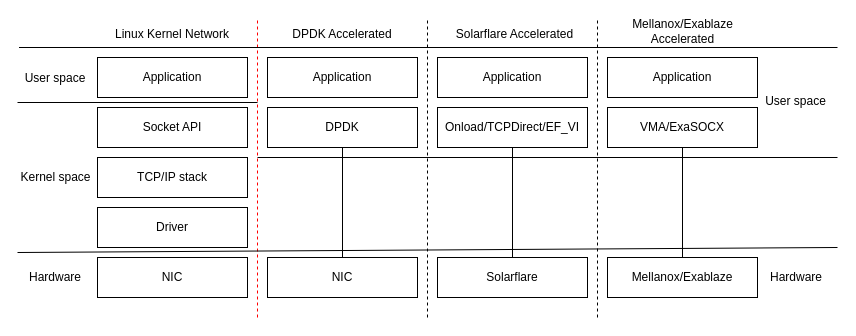
Before: kernel-bypass.drawio in ctimbai/draw.io, a draw.io diagram. Source tidied: cells renumbered, new cells numbered last; positions are measured from the earlier drawing's top-left corner, leaving out a move shared by most shapes. Both pictures are drawn from the tidied source at 100%, with x=0, y=0 at pixel (17, 17).
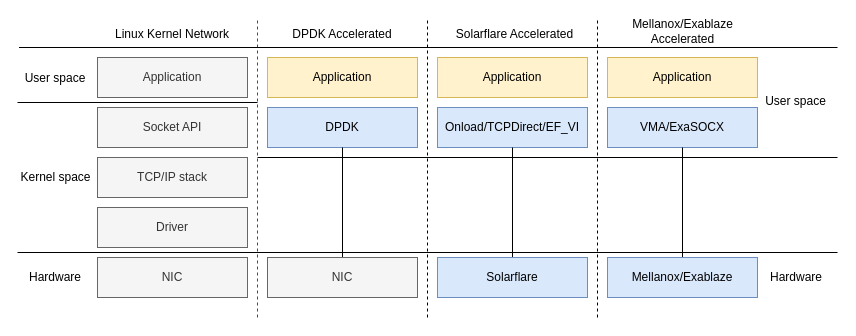
The same diagram, later.

The change refers to these unchanged cells:
```xml
<mxCell id="2" style="group;" parent="1" vertex="1">
  <mxGeometry x="80" y="40" width="150" height="240" as="geometry" />
</mxCell>
<mxCell id="8" style="group;" parent="1" vertex="1">
  <mxGeometry x="250" y="40" width="150" height="240" as="geometry" />
</mxCell>
<mxCell id="14" style="group;" parent="1" vertex="1">
  <mxGeometry x="420" y="40" width="150" height="240" as="geometry" />
</mxCell>
<mxCell id="19" style="group;" parent="1" vertex="1">
  <mxGeometry x="590" y="40" width="150" height="240" as="geometry" />
</mxCell>
```

Change to the diagram source:
```diff
@@
-    <mxCell id="3" value="Application" style="rounded=0;whiteSpace=wrap;html=1;" parent="2" vertex="1">
+    <mxCell id="3" value="Application" style="rounded=0;whiteSpace=wrap;html=1;fillColor=#f5f5f5;strokeColor=#666666;fontColor=#333333;" parent="2" vertex="1">
       <mxGeometry width="150" height="40" as="geometry" />
     </mxCell>
-    <mxCell id="4" value="Socket API" style="rounded=0;whiteSpace=wrap;html=1;" parent="2" vertex="1">
+    <mxCell id="4" value="Socket API" style="rounded=0;whiteSpace=wrap;html=1;fillColor=#f5f5f5;strokeColor=#666666;fontColor=#333333;" parent="2" vertex="1">
       <mxGeometry y="50" width="150" height="40" as="geometry" />
     </mxCell>
-    <mxCell id="5" value="TCP/IP stack" style="rounded=0;whiteSpace=wrap;html=1;" parent="2" vertex="1">
+    <mxCell id="5" value="TCP/IP stack" style="rounded=0;whiteSpace=wrap;html=1;fillColor=#f5f5f5;strokeColor=#666666;fontColor=#333333;" parent="2" vertex="1">
       <mxGeometry y="100" width="150" height="40" as="geometry" />
     </mxCell>
-    <mxCell id="6" value="Driver" style="rounded=0;whiteSpace=wrap;html=1;" parent="2" vertex="1">
+    <mxCell id="6" value="Driver" style="rounded=0;whiteSpace=wrap;html=1;fillColor=#f5f5f5;strokeColor=#666666;fontColor=#333333;" parent="2" vertex="1">
       <mxGeometry y="150" width="150" height="40" as="geometry" />
     </mxCell>
-    <mxCell id="7" value="NIC" style="rounded=0;whiteSpace=wrap;html=1;" parent="2" vertex="1">
+    <mxCell id="7" value="NIC" style="rounded=0;whiteSpace=wrap;html=1;fillColor=#f5f5f5;strokeColor=#666666;fontColor=#333333;" parent="2" vertex="1">
       <mxGeometry y="200" width="150" height="40" as="geometry" />
     </mxCell>
@@
-    <mxCell id="9" value="Application" style="rounded=0;whiteSpace=wrap;html=1;" parent="8" vertex="1">
+    <mxCell id="9" value="Application" style="rounded=0;whiteSpace=wrap;html=1;fillColor=#fff2cc;strokeColor=#d6b656;" parent="8" vertex="1">
       <mxGeometry width="150" height="40" as="geometry" />
     </mxCell>
-    <mxCell id="10" value="DPDK" style="rounded=0;whiteSpace=wrap;html=1;" parent="8" vertex="1">
+    <mxCell id="10" value="DPDK" style="rounded=0;whiteSpace=wrap;html=1;fillColor=#dae8fc;strokeColor=#6c8ebf;" parent="8" vertex="1">
       <mxGeometry y="50" width="150" height="40" as="geometry" />
     </mxCell>
@@
-    <mxCell id="12" value="NIC" style="rounded=0;whiteSpace=wrap;html=1;" parent="8" vertex="1">
+    <mxCell id="12" value="NIC" style="rounded=0;whiteSpace=wrap;html=1;fillColor=#f5f5f5;strokeColor=#666666;fontColor=#333333;" parent="8" vertex="1">
       <mxGeometry y="200" width="150" height="40" as="geometry" />
     </mxCell>
@@
-    <mxCell id="15" value="Application" style="rounded=0;whiteSpace=wrap;html=1;" parent="14" vertex="1">
+    <mxCell id="15" value="Application" style="rounded=0;whiteSpace=wrap;html=1;fillColor=#fff2cc;strokeColor=#d6b656;" parent="14" vertex="1">
       <mxGeometry width="150" height="40" as="geometry" />
     </mxCell>
-    <mxCell id="16" value="Onload/TCPDirect/EF_VI" style="rounded=0;whiteSpace=wrap;html=1;" parent="14" vertex="1">
+    <mxCell id="16" value="Onload/TCPDirect/EF_VI" style="rounded=0;whiteSpace=wrap;html=1;fillColor=#dae8fc;strokeColor=#6c8ebf;" parent="14" vertex="1">
       <mxGeometry y="50" width="150" height="40" as="geometry" />
     </mxCell>
@@
-    <mxCell id="18" value="Solarflare" style="rounded=0;whiteSpace=wrap;html=1;" parent="14" vertex="1">
+    <mxCell id="18" value="Solarflare" style="rounded=0;whiteSpace=wrap;html=1;fillColor=#dae8fc;strokeColor=#6c8ebf;" parent="14" vertex="1">
       <mxGeometry y="200" width="150" height="40" as="geometry" />
     </mxCell>
@@
-    <mxCell id="20" value="Application" style="rounded=0;whiteSpace=wrap;html=1;" parent="19" vertex="1">
+    <mxCell id="20" value="Application" style="rounded=0;whiteSpace=wrap;html=1;fillColor=#fff2cc;strokeColor=#d6b656;" parent="19" vertex="1">
       <mxGeometry width="150" height="40" as="geometry" />
     </mxCell>
-    <mxCell id="21" value="VMA/ExaSOCX" style="rounded=0;whiteSpace=wrap;html=1;" parent="19" vertex="1">
+    <mxCell id="21" value="VMA/ExaSOCX" style="rounded=0;whiteSpace=wrap;html=1;fillColor=#dae8fc;strokeColor=#6c8ebf;" parent="19" vertex="1">
       <mxGeometry y="50" width="150" height="40" as="geometry" />
     </mxCell>
@@
-    <mxCell id="23" value="Mellanox/Exablaze" style="rounded=0;whiteSpace=wrap;html=1;" parent="19" vertex="1">
+    <mxCell id="23" value="Mellanox/Exablaze" style="rounded=0;whiteSpace=wrap;html=1;fillColor=#dae8fc;strokeColor=#6c8ebf;" parent="19" vertex="1">
       <mxGeometry y="200" width="150" height="40" as="geometry" />
     </mxCell>
@@
     <mxCell id="27" style="endArrow=none;html=1;" parent="1" edge="1">
       <mxGeometry relative="1" as="geometry">
         <mxPoint y="235" as="sourcePoint" />
-        <mxPoint x="820" y="230" as="targetPoint" />
+        <mxPoint x="820" y="235" as="targetPoint" />
       </mxGeometry>
     </mxCell>
```
